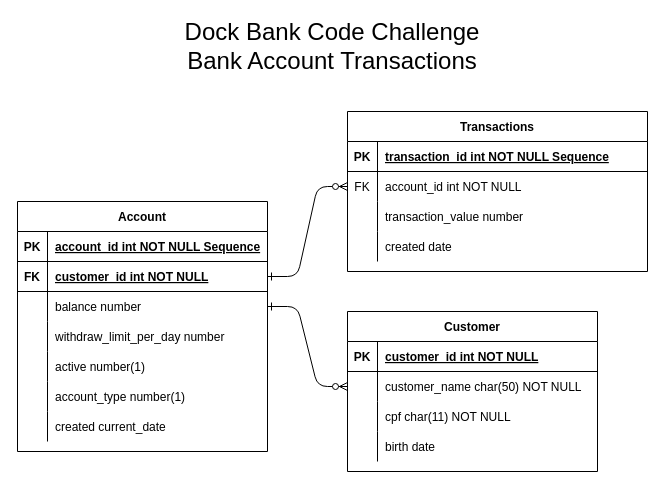
Above: src/main/resources/docs/der-dock-bank-code-challenge.drawio in alexandre1202/desafio-dev-api-rest (draw.io), before the change. Source tidied: cells renumbered, new cells numbered last; positions are measured from the earlier drawing's top-left corner, leaving out a move shared by most shapes. Both pictures are drawn from the tidied source at 100%, with x=0, y=0 at pixel (17, 21).
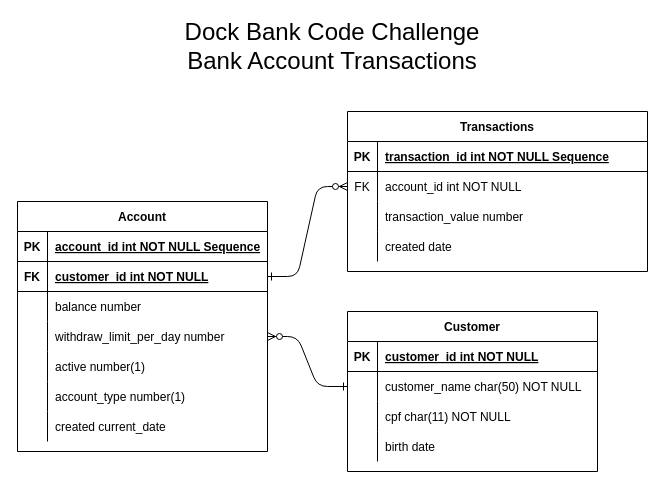
Above is the later version.

Unchanged cells that the change refers to:
```xml
<mxCell id="21" style="shape=partialRectangle;fillColor=none;points=[[0,0.5],[1,0.5]];portConstraint=eastwest;top=0;left=0;right=0;bottom=0;" parent="17" vertex="1">
  <mxGeometry y="60" width="250" height="30" as="geometry" />
</mxCell>
<mxCell id="37" style="shape=partialRectangle;fillColor=none;points=[[0,0.5],[1,0.5]];portConstraint=eastwest;top=0;left=0;right=0;bottom=0;" parent="30" vertex="1">
  <mxGeometry y="90" width="250" height="30" as="geometry" />
</mxCell>
<mxCell id="40" style="shape=partialRectangle;fillColor=none;points=[[0,0.5],[1,0.5]];portConstraint=eastwest;top=0;left=0;right=0;bottom=0;" parent="30" vertex="1">
  <mxGeometry y="120" width="250" height="30" as="geometry" />
</mxCell>
```

The edit, as a diff of the source:
```diff
@@
-    <mxCell id="3" style="edgeStyle=entityRelationEdgeStyle;endArrow=ERzeroToMany;startArrow=ERone;endFill=1;startFill=0;" parent="1" edge="1" source="37" target="21">
+    <mxCell id="3" style="edgeStyle=entityRelationEdgeStyle;endArrow=ERzeroToMany;startArrow=ERone;endFill=1;startFill=0;" parent="1" edge="1" source="21" target="40">
       <mxGeometry relative="1" as="geometry" />
     </mxCell>
```
